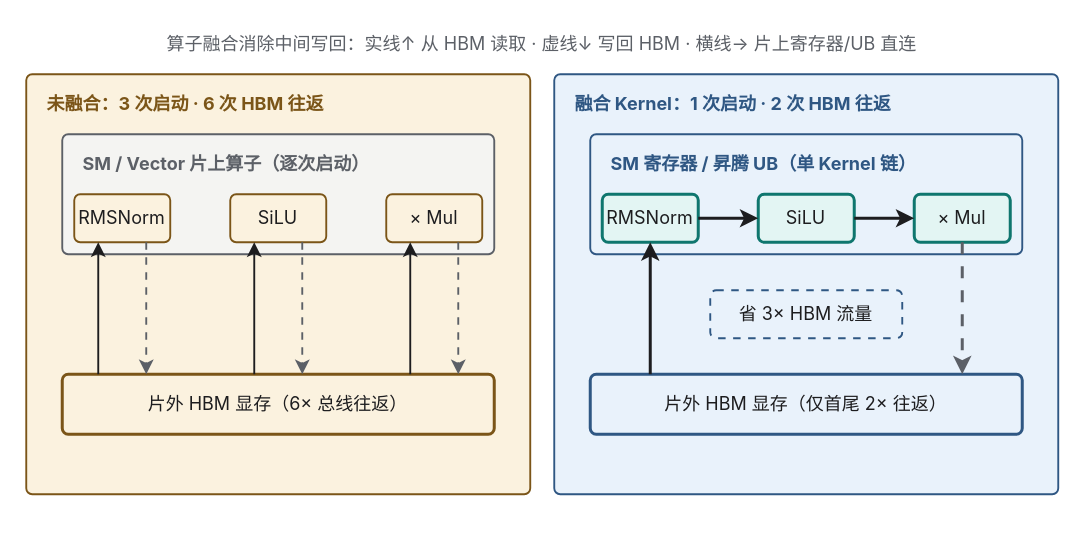
Above: src/content/posts/foundations/01-workload-and-roofline/diagrams/01-kernel-fusion-hbm-trips.drawio in xingcanlee/infra-note (draw.io), before the change. Source tidied: cells renumbered, new cells numbered last; positions are measured from the earlier drawing's top-left corner, leaving out a move shared by most shapes. Both pictures are drawn from the tidied source at 150%, with x=0, y=0 at pixel (26, 26).
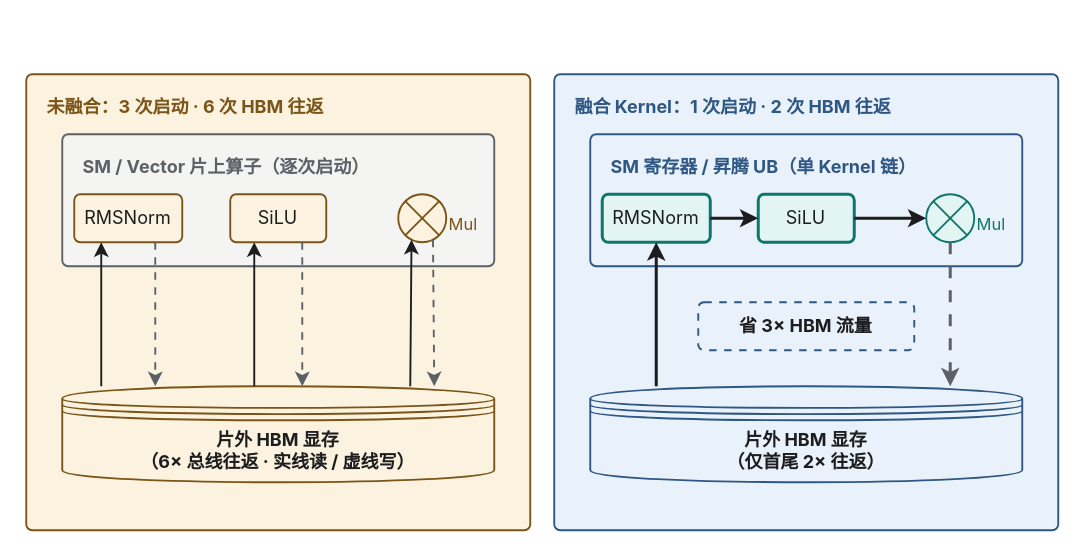
Above is the later version.

Change to the diagram source:
```diff
@@
-    <mxCell id="2" value="算子融合消除中间写回：实线↑ 从 HBM 读取 · 虚线↓ 写回 HBM · 横线→ 片上寄存器/UB 直连" style="text;html=1;whiteSpace=wrap;align=center;verticalAlign=middle;fontFamily=Inter;fontSize=12;fontColor=#5c6067;" parent="1" vertex="1">
-      <mxGeometry width="688" height="24" as="geometry" />
-    </mxCell>
-    <mxCell id="3" value="未融合：3 次启动 · 6 次 HBM 往返" style="rounded=1;absoluteArcSize=1;arcSize=8;whiteSpace=wrap;html=1;fillColor=#fbf2df;strokeColor=#7b5518;strokeWidth=1.25;verticalAlign=top;align=left;spacingLeft=12;spacingTop=6;fontFamily=Inter;fontSize=12;fontStyle=1;fontColor=#7b5518;" parent="1" vertex="1">
-      <mxGeometry y="32" width="336" height="280" as="geometry" />
+    <mxCell id="3" value="未融合：3 次启动 · 6 次 HBM 往返" style="rounded=1;absoluteArcSize=1;arcSize=8;whiteSpace=wrap;html=1;fillColor=#fbf2df;strokeColor=#7b5518;strokeWidth=1.25;verticalAlign=top;align=left;spacingLeft=12;spacingTop=8;fontFamily=Inter, Noto Sans SC;fontSize=12;fontStyle=1;fontColor=#7b5518;" parent="1" vertex="1">
+      <mxGeometry y="32" width="336" height="304" as="geometry" />
     </mxCell>
-    <mxCell id="4" value="融合 Kernel：1 次启动 · 2 次 HBM 往返" style="rounded=1;absoluteArcSize=1;arcSize=8;whiteSpace=wrap;html=1;fillColor=#e9f2fb;strokeColor=#2f5783;strokeWidth=1.25;verticalAlign=top;align=left;spacingLeft=12;spacingTop=6;fontFamily=Inter;fontSize=12;fontStyle=1;fontColor=#2f5783;" parent="1" vertex="1">
-      <mxGeometry x="352" y="32" width="336" height="280" as="geometry" />
+    <mxCell id="4" value="融合 Kernel：1 次启动 · 2 次 HBM 往返" style="rounded=1;absoluteArcSize=1;arcSize=8;whiteSpace=wrap;html=1;fillColor=#e9f2fb;strokeColor=#2f5783;strokeWidth=1.25;verticalAlign=top;align=left;spacingLeft=12;spacingTop=8;fontFamily=Inter, Noto Sans SC;fontSize=12;fontStyle=1;fontColor=#2f5783;" parent="1" vertex="1">
+      <mxGeometry x="352" y="32" width="336" height="304" as="geometry" />
     </mxCell>
-    <mxCell id="5" value="SM / Vector 片上算子（逐次启动）" style="rounded=1;absoluteArcSize=1;arcSize=8;whiteSpace=wrap;html=1;fillColor=#f4f4f2;strokeColor=#5c6067;strokeWidth=1.25;verticalAlign=top;align=left;spacingLeft=12;spacingTop=6;fontFamily=Inter;fontSize=12;fontStyle=1;fontColor=#5c6067;" parent="1" vertex="1">
-      <mxGeometry x="24" y="72" width="288" height="80" as="geometry" />
+    <mxCell id="5" value="SM / Vector 片上算子（逐次启动）" style="rounded=1;absoluteArcSize=1;arcSize=8;whiteSpace=wrap;html=1;fillColor=#f4f4f2;strokeColor=#5c6067;strokeWidth=1.25;verticalAlign=top;align=left;spacingLeft=12;spacingTop=8;fontFamily=Inter, Noto Sans SC;fontSize=12;fontStyle=1;fontColor=#5c6067;" parent="1" vertex="1">
+      <mxGeometry x="24" y="72" width="288" height="88" as="geometry" />
     </mxCell>
-    <mxCell id="6" value="RMSNorm" style="rounded=1;absoluteArcSize=1;arcSize=8;whiteSpace=wrap;html=1;fillColor=#fbf2df;strokeColor=#7b5518;strokeWidth=1.25;align=center;verticalAlign=middle;spacing=4;fontFamily=Inter;fontSize=12;fontColor=#1d1d1f;" parent="1" vertex="1">
-      <mxGeometry x="32" y="112" width="64" height="32" as="geometry" />
+    <mxCell id="6" value="RMSNorm" style="rounded=1;absoluteArcSize=1;arcSize=8;whiteSpace=wrap;html=1;fillColor=#fbf2df;strokeColor=#7b5518;strokeWidth=1.25;align=center;verticalAlign=middle;spacing=4;fontFamily=Inter, Noto Sans SC;fontSize=12;fontColor=#1d1d1f;" parent="1" vertex="1">
+      <mxGeometry x="32" y="112" width="72" height="32" as="geometry" />
     </mxCell>
-    <mxCell id="7" value="SiLU" style="rounded=1;absoluteArcSize=1;arcSize=8;whiteSpace=wrap;html=1;fillColor=#fbf2df;strokeColor=#7b5518;strokeWidth=1.25;align=center;verticalAlign=middle;spacing=4;fontFamily=Inter;fontSize=12;fontColor=#1d1d1f;" parent="1" vertex="1">
+    <mxCell id="7" value="SiLU" style="rounded=1;absoluteArcSize=1;arcSize=8;whiteSpace=wrap;html=1;fillColor=#fbf2df;strokeColor=#7b5518;strokeWidth=1.25;align=center;verticalAlign=middle;spacing=4;fontFamily=Inter, Noto Sans SC;fontSize=12;fontColor=#1d1d1f;" parent="1" vertex="1">
       <mxGeometry x="136" y="112" width="64" height="32" as="geometry" />
     </mxCell>
-    <mxCell id="8" value="× Mul" style="rounded=1;absoluteArcSize=1;arcSize=8;whiteSpace=wrap;html=1;fillColor=#fbf2df;strokeColor=#7b5518;strokeWidth=1.25;align=center;verticalAlign=middle;spacing=4;fontFamily=Inter;fontSize=12;fontColor=#1d1d1f;" parent="1" vertex="1">
-      <mxGeometry x="240" y="112" width="64" height="32" as="geometry" />
+    <mxCell id="8" style="shape=sumEllipse;perimeter=ellipsePerimeter;backgroundOutline=1;whiteSpace=wrap;html=1;fillColor=#fbf2df;strokeColor=#7b5518;strokeWidth=1.25;shadow=0;align=center;verticalAlign=middle;fontFamily=Inter, Noto Sans SC;fontSize=12;fontStyle=1;fontColor=#1d1d1f;" parent="1" vertex="1">
+      <mxGeometry x="248" y="112" width="32" height="32" as="geometry" />
     </mxCell>
+    <mxCell id="26" value="Mul" style="text;html=1;whiteSpace=wrap;align=left;verticalAlign=middle;fontFamily=Inter, Noto Sans SC;fontSize=11;fontColor=#7b5518;" parent="1" vertex="1">
+      <mxGeometry x="280" y="120" width="40" height="24" as="geometry" />
+    </mxCell>
-    <mxCell id="9" value="片外 HBM 显存（6× 总线往返）" style="rounded=1;absoluteArcSize=1;arcSize=8;whiteSpace=wrap;html=1;fillColor=#fbf2df;strokeColor=#7b5518;strokeWidth=2;align=center;verticalAlign=middle;spacing=4;fontFamily=Inter;fontSize=12;fontColor=#1d1d1f;" parent="1" vertex="1">
-      <mxGeometry x="24" y="232" width="288" height="40" as="geometry" />
+    <mxCell id="9" value="片外 HBM 显存&lt;br&gt;（6× 总线往返 · 实线读 / 虚线写）" style="shape=datastore;whiteSpace=wrap;html=1;fillColor=#fbf2df;strokeColor=#7b5518;strokeWidth=1.25;shadow=0;align=center;verticalAlign=middle;fontFamily=Inter, Noto Sans SC;fontSize=12;fontStyle=1;fontColor=#1d1d1f;spacing=6;" parent="1" vertex="1">
+      <mxGeometry x="24" y="240" width="288" height="64" as="geometry" />
     </mxCell>
-    <mxCell id="10" style="endArrow=classic;startArrow=none;html=1;strokeColor=#1d1d1f;strokeWidth=1.25;exitX=0.0833;exitY=0.0;exitDx=0;exitDy=0;entryX=0.25;entryY=1.0;entryDx=0;entryDy=0;" parent="1" edge="1" source="9" target="6">
+    <mxCell id="10" style="endArrow=classic;startArrow=none;html=1;strokeColor=#1d1d1f;strokeWidth=1.25;exitX=0.0903;exitY=0.0;exitDx=0;exitDy=0;entryX=0.25;entryY=1.0;entryDx=0;entryDy=0;" parent="1" edge="1" source="9" target="6">
       <mxGeometry relative="1" as="geometry" />
     </mxCell>
-    <mxCell id="11" style="endArrow=classic;startArrow=none;html=1;strokeColor=#5c6067;strokeWidth=1.25;dashed=1;dashPattern=4 4;exitX=0.75;exitY=1.0;exitDx=0;exitDy=0;entryX=0.1944;entryY=0.0;entryDx=0;entryDy=0;" parent="1" edge="1" source="6" target="9">
+    <mxCell id="11" style="endArrow=classic;startArrow=none;html=1;strokeColor=#5c6067;strokeWidth=1.25;dashed=1;dashPattern=4 4;exitX=0.75;exitY=1.0;exitDx=0;exitDy=0;entryX=0.2153;entryY=0.0;entryDx=0;entryDy=0;" parent="1" edge="1" source="6" target="9">
       <mxGeometry relative="1" as="geometry" />
     </mxCell>
@@
-    <mxCell id="15" style="endArrow=classic;startArrow=none;html=1;strokeColor=#5c6067;strokeWidth=1.25;dashed=1;dashPattern=4 4;exitX=0.75;exitY=1.0;exitDx=0;exitDy=0;entryX=0.9167;entryY=0.0;entryDx=0;entryDy=0;" parent="1" edge="1" source="8" target="9">
+    <mxCell id="15" style="endArrow=classic;startArrow=none;html=1;strokeColor=#5c6067;strokeWidth=1.25;dashed=1;dashPattern=4 4;exitX=0.75;exitY=1.0;exitDx=0;exitDy=0;entryX=0.8611;entryY=0.0;entryDx=0;entryDy=0;" parent="1" edge="1" source="8" target="9">
       <mxGeometry relative="1" as="geometry" />
     </mxCell>
-    <mxCell id="16" value="SM 寄存器 / 昇腾 UB（单 Kernel 链）" style="rounded=1;absoluteArcSize=1;arcSize=8;whiteSpace=wrap;html=1;fillColor=#e9f2fb;strokeColor=#2f5783;strokeWidth=1.25;verticalAlign=top;align=left;spacingLeft=12;spacingTop=6;fontFamily=Inter;fontSize=12;fontStyle=1;fontColor=#2f5783;" parent="1" vertex="1">
-      <mxGeometry x="376" y="72" width="288" height="80" as="geometry" />
+    <mxCell id="16" value="SM 寄存器 / 昇腾 UB（单 Kernel 链）" style="rounded=1;absoluteArcSize=1;arcSize=8;whiteSpace=wrap;html=1;fillColor=#e9f2fb;strokeColor=#2f5783;strokeWidth=1.25;verticalAlign=top;align=left;spacingLeft=12;spacingTop=8;fontFamily=Inter, Noto Sans SC;fontSize=12;fontStyle=1;fontColor=#2f5783;" parent="1" vertex="1">
+      <mxGeometry x="376" y="72" width="288" height="88" as="geometry" />
     </mxCell>
-    <mxCell id="17" value="RMSNorm" style="rounded=1;absoluteArcSize=1;arcSize=8;whiteSpace=wrap;html=1;fillColor=#e3f5f3;strokeColor=#0f766e;strokeWidth=2;align=center;verticalAlign=middle;spacing=4;fontFamily=Inter;fontSize=12;fontColor=#1d1d1f;" parent="1" vertex="1">
-      <mxGeometry x="384" y="112" width="64" height="32" as="geometry" />
+    <mxCell id="17" value="RMSNorm" style="rounded=1;absoluteArcSize=1;arcSize=8;whiteSpace=wrap;html=1;fillColor=#e3f5f3;strokeColor=#0f766e;strokeWidth=2;align=center;verticalAlign=middle;spacing=4;fontFamily=Inter, Noto Sans SC;fontSize=12;fontColor=#1d1d1f;" parent="1" vertex="1">
+      <mxGeometry x="384" y="112" width="72" height="32" as="geometry" />
     </mxCell>
-    <mxCell id="18" value="SiLU" style="rounded=1;absoluteArcSize=1;arcSize=8;whiteSpace=wrap;html=1;fillColor=#e3f5f3;strokeColor=#0f766e;strokeWidth=2;align=center;verticalAlign=middle;spacing=4;fontFamily=Inter;fontSize=12;fontColor=#1d1d1f;" parent="1" vertex="1">
+    <mxCell id="18" value="SiLU" style="rounded=1;absoluteArcSize=1;arcSize=8;whiteSpace=wrap;html=1;fillColor=#e3f5f3;strokeColor=#0f766e;strokeWidth=2;align=center;verticalAlign=middle;spacing=4;fontFamily=Inter, Noto Sans SC;fontSize=12;fontColor=#1d1d1f;" parent="1" vertex="1">
       <mxGeometry x="488" y="112" width="64" height="32" as="geometry" />
     </mxCell>
-    <mxCell id="19" value="× Mul" style="rounded=1;absoluteArcSize=1;arcSize=8;whiteSpace=wrap;html=1;fillColor=#e3f5f3;strokeColor=#0f766e;strokeWidth=2;align=center;verticalAlign=middle;spacing=4;fontFamily=Inter;fontSize=12;fontColor=#1d1d1f;" parent="1" vertex="1">
-      <mxGeometry x="592" y="112" width="64" height="32" as="geometry" />
+    <mxCell id="19" style="shape=sumEllipse;perimeter=ellipsePerimeter;backgroundOutline=1;whiteSpace=wrap;html=1;fillColor=#e3f5f3;strokeColor=#0f766e;strokeWidth=1.25;shadow=0;align=center;verticalAlign=middle;fontFamily=Inter, Noto Sans SC;fontSize=12;fontStyle=1;fontColor=#1d1d1f;" parent="1" vertex="1">
+      <mxGeometry x="600" y="112" width="32" height="32" as="geometry" />
     </mxCell>
+    <mxCell id="27" value="Mul" style="text;html=1;whiteSpace=wrap;align=left;verticalAlign=middle;fontFamily=Inter, Noto Sans SC;fontSize=11;fontColor=#0f766e;" parent="1" vertex="1">
+      <mxGeometry x="632" y="120" width="40" height="24" as="geometry" />
+    </mxCell>
@@
-    <mxCell id="22" value="省 3× HBM 流量" style="rounded=1;absoluteArcSize=1;arcSize=8;whiteSpace=wrap;html=1;fillColor=#e9f2fb;strokeColor=#2f5783;strokeWidth=1.25;dashed=1;dashPattern=4 4;align=center;verticalAlign=middle;spacing=4;fontFamily=Inter;fontSize=12;fontColor=#1d1d1f;" parent="1" vertex="1">
-      <mxGeometry x="456" y="176" width="128" height="32" as="geometry" />
+    <mxCell id="22" value="省 3× HBM 流量" style="rounded=1;absoluteArcSize=1;arcSize=8;whiteSpace=wrap;html=1;fillColor=#e9f2fb;strokeColor=#2f5783;strokeWidth=1.25;dashed=1;dashPattern=4 4;align=center;verticalAlign=middle;spacing=4;fontFamily=Inter, Noto Sans SC;fontSize=12;fontStyle=1;fontColor=#1d1d1f;" parent="1" vertex="1">
+      <mxGeometry x="448" y="184" width="144" height="32" as="geometry" />
     </mxCell>
-    <mxCell id="23" value="片外 HBM 显存（仅首尾 2× 往返）" style="rounded=1;absoluteArcSize=1;arcSize=8;whiteSpace=wrap;html=1;fillColor=#e9f2fb;strokeColor=#2f5783;strokeWidth=2;align=center;verticalAlign=middle;spacing=4;fontFamily=Inter;fontSize=12;fontColor=#1d1d1f;" parent="1" vertex="1">
-      <mxGeometry x="376" y="232" width="288" height="40" as="geometry" />
+    <mxCell id="23" value="片外 HBM 显存&lt;br&gt;（仅首尾 2× 往返）" style="shape=datastore;whiteSpace=wrap;html=1;fillColor=#e9f2fb;strokeColor=#2f5783;strokeWidth=1.25;shadow=0;align=center;verticalAlign=middle;fontFamily=Inter, Noto Sans SC;fontSize=12;fontStyle=1;fontColor=#1d1d1f;spacing=6;" parent="1" vertex="1">
+      <mxGeometry x="376" y="240" width="288" height="64" as="geometry" />
     </mxCell>
-    <mxCell id="24" style="endArrow=classic;startArrow=none;html=1;strokeColor=#1d1d1f;strokeWidth=2;exitX=0.1389;exitY=0.0;exitDx=0;exitDy=0;entryX=0.5;entryY=1.0;entryDx=0;entryDy=0;" parent="1" edge="1" source="23" target="17">
+    <mxCell id="24" style="endArrow=classic;startArrow=none;html=1;strokeColor=#1d1d1f;strokeWidth=2;exitX=0.1528;exitY=0.0;exitDx=0;exitDy=0;entryX=0.5;entryY=1.0;entryDx=0;entryDy=0;" parent="1" edge="1" source="23" target="17">
       <mxGeometry relative="1" as="geometry" />
     </mxCell>
-    <mxCell id="25" style="endArrow=classic;startArrow=none;html=1;strokeColor=#5c6067;strokeWidth=2;dashed=1;dashPattern=4 4;exitX=0.5;exitY=1.0;exitDx=0;exitDy=0;entryX=0.8611;entryY=0.0;entryDx=0;entryDy=0;" parent="1" edge="1" source="19" target="23">
+    <mxCell id="25" style="endArrow=classic;startArrow=none;html=1;strokeColor=#5c6067;strokeWidth=2;dashed=1;dashPattern=4 4;exitX=0.5;exitY=1.0;exitDx=0;exitDy=0;entryX=0.8333;entryY=0.0;entryDx=0;entryDy=0;" parent="1" edge="1" source="19" target="23">
       <mxGeometry relative="1" as="geometry" />
     </mxCell>
```
